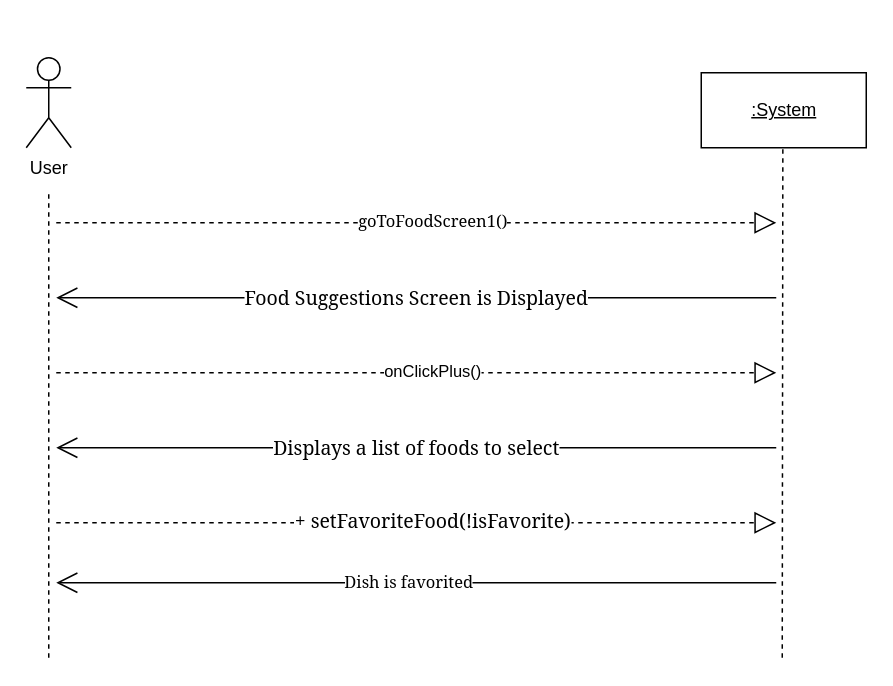
Esaied19/Team-Albatross keeps this draw.io diagram as SSD - Set Favorite Food.drawio. Above is the earlier version. Source tidied: cells renumbered, new cells numbered last; positions are measured from the earlier drawing's top-left corner, leaving out a move shared by most shapes. Both pictures are drawn from the tidied source at 150%, with x=0, y=0 at pixel (26, 57).
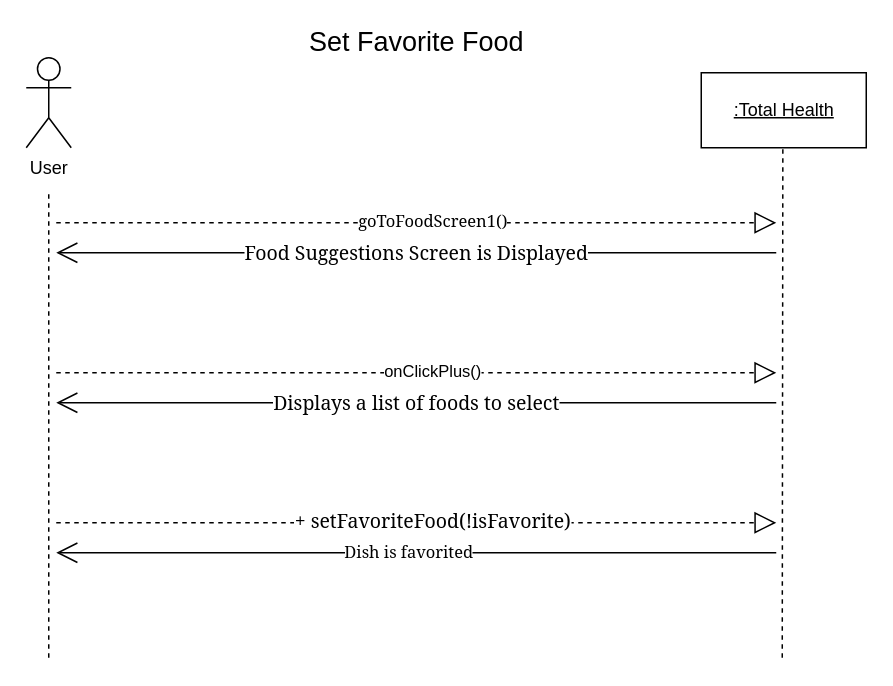
The same diagram, later.

Diff of the diagram source:
```diff
@@
-    <mxCell id="3" value="&lt;u&gt;:System&lt;/u&gt;" style="html=1;" parent="1" vertex="1">
+    <mxCell id="3" value="&lt;u&gt;:Total Health&lt;/u&gt;" style="html=1;" parent="1" vertex="1">
       <mxGeometry x="450" y="10" width="110" height="50" as="geometry" />
     </mxCell>
@@
     <mxCell id="6" value="&lt;font face=&quot;Georgia&quot;&gt;&lt;br&gt;&lt;span style=&quot;font-size: 13px ; color: rgb(0 , 0 , 0) ; font-weight: normal ; text-decoration: none ; font-style: normal&quot;&gt;Food Suggestions Screen is Displayed&lt;/span&gt;&lt;br&gt;&lt;br&gt;&lt;/font&gt;" style="endArrow=open;endFill=1;endSize=12;html=1;rounded=0;" parent="1" edge="1">
       <mxGeometry relative="1" as="geometry">
-        <mxPoint x="500" y="160" as="sourcePoint" />
-        <mxPoint x="20" y="160" as="targetPoint" />
+        <mxPoint x="500" y="130" as="sourcePoint" />
+        <mxPoint x="20" y="130" as="targetPoint" />
       </mxGeometry>
     </mxCell>
@@
     <mxCell id="11" value="&lt;font face=&quot;Georgia&quot;&gt;&lt;span style=&quot;font-size: 13px ; color: rgb(0 , 0 , 0) ; font-weight: normal ; text-decoration: none ; font-style: normal&quot;&gt;Displays a list of foods to select&lt;/span&gt;&lt;/font&gt;" style="endArrow=open;endFill=1;endSize=12;html=1;rounded=0;" parent="1" edge="1">
       <mxGeometry relative="1" as="geometry">
-        <mxPoint x="500" y="260" as="sourcePoint" />
-        <mxPoint x="20" y="260" as="targetPoint" />
+        <mxPoint x="500" y="230" as="sourcePoint" />
+        <mxPoint x="20" y="230" as="targetPoint" />
       </mxGeometry>
     </mxCell>
     <mxCell id="12" value="&lt;font face=&quot;Georgia&quot;&gt;Dish is favorited&lt;br&gt;&lt;/font&gt;" style="endArrow=open;endFill=1;endSize=12;html=1;rounded=0;" parent="1" edge="1">
       <mxGeometry x="0.02" relative="1" as="geometry">
-        <mxPoint x="500" y="350" as="sourcePoint" />
-        <mxPoint x="20" y="350" as="targetPoint" />
+        <mxPoint x="500" y="330" as="sourcePoint" />
+        <mxPoint x="20" y="330" as="targetPoint" />
       </mxGeometry>
     </mxCell>
@@
+    <mxCell id="15" value="&lt;font style=&quot;font-size: 18px&quot;&gt;Set Favorite Food&lt;/font&gt;" style="text;html=1;align=center;verticalAlign=middle;fillColor=none;strokeColor=none;rounded=0;" parent="1" vertex="1">
+      <mxGeometry x="180" y="-20" width="160" height="20" as="geometry" />
+    </mxCell>
```
